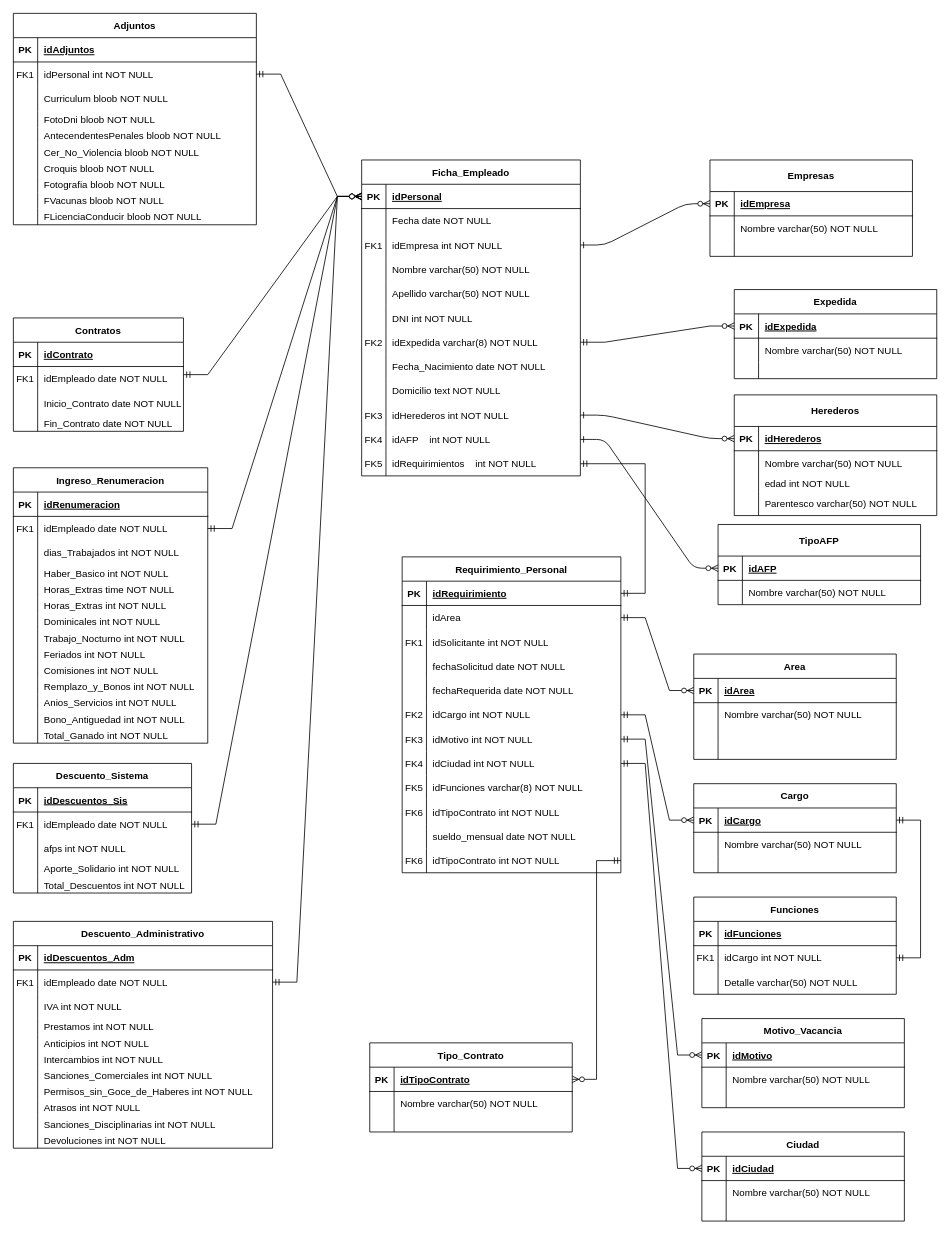
This is Diagrama sin título.drawio from tomyivan/diagramas-DB, a draw.io file, before an edit. Source tidied: cells renumbered, new cells numbered last; positions are measured from the earlier drawing's top-left corner, leaving out a move shared by most shapes. Both pictures are drawn from the tidied source at 81%, with x=0, y=0 at pixel (13, 13).
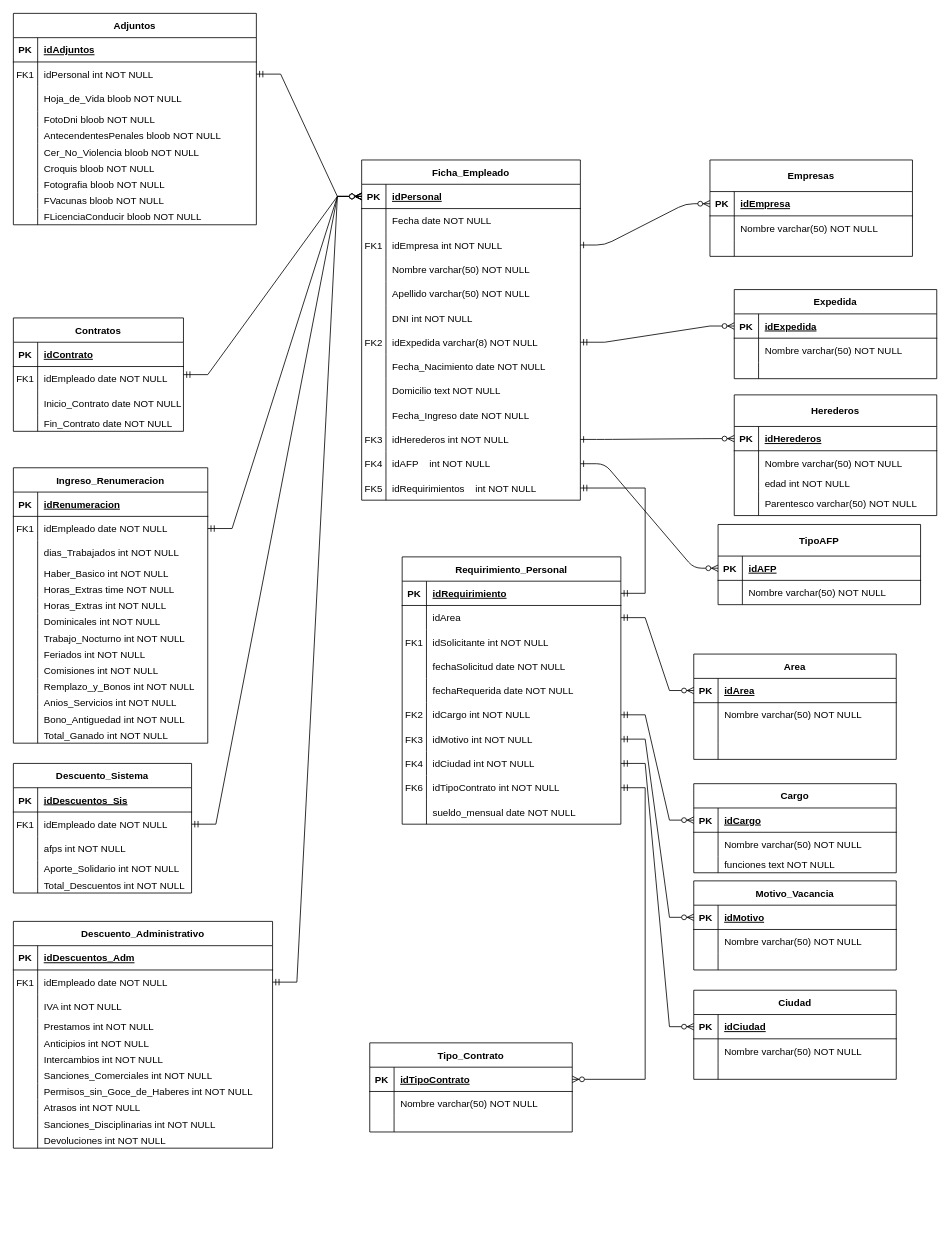
Above is the later version.

The change refers to these unchanged cells:
```xml
<mxCell id="84" style="shape=partialRectangle;fillColor=none;points=[[0,0.5],[1,0.5]];portConstraint=eastwest;top=0;left=0;right=0;bottom=1;" parent="83" vertex="1">
  <mxGeometry y="30" width="250" height="30" as="geometry" />
</mxCell>
<mxCell id="90" style="shape=partialRectangle;fillColor=none;top=0;left=0;right=0;bottom=0;" parent="83" vertex="1">
  <mxGeometry y="90" width="250" height="20" as="geometry" />
</mxCell>
<mxCell id="98" style="shape=partialRectangle;fillColor=none;points=[[0,0.5],[1,0.5]];portConstraint=eastwest;top=0;left=0;right=0;bottom=1;" parent="97" vertex="1">
  <mxGeometry y="30" width="250" height="30" as="geometry" />
</mxCell>
<mxCell id="307" style="shape=partialRectangle;fillColor=none;top=0;left=0;right=0;bottom=0;" parent="300" vertex="1">
  <mxGeometry y="90" width="300" height="31" as="geometry" />
</mxCell>
```

What changed in the source:
```diff
@@
     <mxCell id="12" value="Ficha_Empleado" style="shape=table;startSize=30;childLayout=tableLayout;rowLines=0;fontStyle=1;align=center;" parent="1" vertex="1">
-      <mxGeometry x="430" y="181" width="270" height="390" as="geometry" />
+      <mxGeometry x="430" y="181" width="270" height="420" as="geometry" />
     </mxCell>
@@
+    <mxCell id="332" style="shape=partialRectangle;fillColor=none;top=0;left=0;right=0;bottom=0;" parent="12" vertex="1">
+      <mxGeometry y="300" width="270" height="30" as="geometry" />
+    </mxCell>
+    <mxCell id="274" style="shape=partialRectangle;overflow=hidden;fillColor=none;top=0;left=0;bottom=0;right=0;" parent="332" vertex="1">
+      <mxGeometry width="30" height="30" as="geometry" />
+    </mxCell>
+    <mxCell id="333" value="Fecha_Ingreso date NOT NULL" style="shape=partialRectangle;overflow=hidden;fillColor=none;top=0;left=0;bottom=0;right=0;align=left;spacingLeft=6;" parent="332" vertex="1">
+      <mxGeometry x="30" width="240" height="30" as="geometry" />
+    </mxCell>
     <mxCell id="40" style="shape=partialRectangle;fillColor=none;points=[[0,0.5],[1,0.5]];portConstraint=eastwest;top=0;left=0;right=0;bottom=0;" parent="12" vertex="1">
-      <mxGeometry y="300" width="270" height="30" as="geometry" />
+      <mxGeometry y="330" width="270" height="30" as="geometry" />
     </mxCell>
@@
     <mxCell id="43" style="shape=partialRectangle;fillColor=none;points=[[0,0.5],[1,0.5]];portConstraint=eastwest;top=0;left=0;right=0;bottom=0;" parent="12" vertex="1">
-      <mxGeometry y="330" width="270" height="30" as="geometry" />
+      <mxGeometry y="360" width="270" height="30" as="geometry" />
     </mxCell>
@@
     <mxCell id="46" style="shape=partialRectangle;fillColor=none;points=[[0,0.5],[1,0.5]];portConstraint=eastwest;top=0;left=0;right=0;bottom=0;" parent="12" vertex="1">
-      <mxGeometry y="360" width="270" height="30" as="geometry" />
+      <mxGeometry y="390" width="270" height="30" as="geometry" />
     </mxCell>
@@
     <mxCell id="50" value="Ciudad" style="shape=table;startSize=30;childLayout=tableLayout;rowLines=0;fontStyle=1;align=center;" parent="1" vertex="1">
-      <mxGeometry x="850" y="1381" width="250" height="110" as="geometry" />
+      <mxGeometry x="840" y="1206" width="250" height="110" as="geometry" />
     </mxCell>
@@
-    <mxCell id="92" style="shape=partialRectangle;overflow=hidden;fillColor=none;top=0;left=0;bottom=0;right=0;align=left;spacingLeft=6;" parent="90" vertex="1">
+    <mxCell id="92" value="funciones text NOT NULL" style="shape=partialRectangle;overflow=hidden;fillColor=none;top=0;left=0;bottom=0;right=0;align=left;spacingLeft=6;" parent="90" vertex="1">
       <mxGeometry x="30" width="220" height="20" as="geometry" />
     </mxCell>
@@
-    <mxCell id="107" style="edgeStyle=entityRelationEdgeStyle;fontSize=12;html=1;endArrow=ERzeroToMany;startArrow=ERmandOne;rounded=0;exitX=1;exitY=0.5;exitDx=0;exitDy=0;" parent="1" edge="1" source="252" target="98">
+    <mxCell id="107" style="edgeStyle=entityRelationEdgeStyle;fontSize=12;html=1;endArrow=ERzeroToMany;startArrow=ERmandOne;rounded=0;" parent="1" edge="1" source="246" target="98">
       <mxGeometry x="-0.22" y="-29" relative="1" as="geometry" />
     </mxCell>
@@
     <mxCell id="218" value="Requirimiento_Personal" style="shape=table;startSize=30;childLayout=tableLayout;rowLines=0;fontStyle=1;align=center;" parent="1" vertex="1">
-      <mxGeometry x="480" y="671" width="270" height="390" as="geometry" />
+      <mxGeometry x="480" y="671" width="270" height="330" as="geometry" />
     </mxCell>
@@
-    <mxCell id="243" style="shape=partialRectangle;fillColor=none;top=0;left=0;right=0;bottom=0;" parent="218" vertex="1">
-      <mxGeometry y="270" width="270" height="30" as="geometry" />
-    </mxCell>
-    <mxCell id="244" value="FK5" style="shape=partialRectangle;overflow=hidden;fillColor=none;top=0;left=0;bottom=0;right=0;" parent="243" vertex="1">
-      <mxGeometry width="30" height="30" as="geometry" />
-    </mxCell>
-    <mxCell id="245" value="idFunciones varchar(8) NOT NULL" style="shape=partialRectangle;overflow=hidden;fillColor=none;top=0;left=0;bottom=0;right=0;align=left;spacingLeft=6;" parent="243" vertex="1">
-      <mxGeometry x="30" width="240" height="30" as="geometry" />
-    </mxCell>
     <mxCell id="246" style="shape=partialRectangle;fillColor=none;points=[[0,0.5],[1,0.5]];portConstraint=eastwest;top=0;left=0;right=0;bottom=0;" parent="218" vertex="1">
-      <mxGeometry y="300" width="270" height="30" as="geometry" />
+      <mxGeometry y="270" width="270" height="30" as="geometry" />
     </mxCell>
@@
     <mxCell id="249" style="shape=partialRectangle;fillColor=none;top=0;left=0;right=0;bottom=0;" parent="218" vertex="1">
-      <mxGeometry y="330" width="270" height="30" as="geometry" />
+      <mxGeometry y="300" width="270" height="30" as="geometry" />
     </mxCell>
@@
-    <mxCell id="252" style="shape=partialRectangle;fillColor=none;points=[[0,0.5],[1,0.5]];portConstraint=eastwest;top=0;left=0;right=0;bottom=0;" parent="218" vertex="1">
-      <mxGeometry y="360" width="270" height="30" as="geometry" />
-    </mxCell>
-    <mxCell id="253" value="FK6" style="shape=partialRectangle;overflow=hidden;fillColor=none;top=0;left=0;bottom=0;right=0;" parent="252" vertex="1">
-      <mxGeometry width="30" height="30" as="geometry" />
-    </mxCell>
-    <mxCell id="254" value="idTipoContrato int NOT NULL" style="shape=partialRectangle;overflow=hidden;fillColor=none;top=0;left=0;bottom=0;right=0;align=left;spacingLeft=6;" parent="252" vertex="1">
-      <mxGeometry x="30" width="240" height="30" as="geometry" />
-    </mxCell>
     <mxCell id="255" value="Motivo_Vacancia" style="shape=table;startSize=30;childLayout=tableLayout;rowLines=0;fontStyle=1;align=center;" parent="1" vertex="1">
-      <mxGeometry x="850" y="1241" width="250" height="110" as="geometry" />
+      <mxGeometry x="840" y="1071" width="250" height="110" as="geometry" />
     </mxCell>
@@
-    <mxCell id="266" value="Funciones" style="shape=table;startSize=30;childLayout=tableLayout;rowLines=0;fontStyle=1;align=center;" parent="1" vertex="1">
-      <mxGeometry x="840" y="1091" width="250" height="120" as="geometry" />
-    </mxCell>
-    <mxCell id="267" style="shape=partialRectangle;fillColor=none;top=0;left=0;right=0;bottom=1;" parent="266" vertex="1">
-      <mxGeometry y="30" width="250" height="30" as="geometry" />
-    </mxCell>
-    <mxCell id="268" value="PK" style="shape=partialRectangle;overflow=hidden;fillColor=none;top=0;left=0;bottom=0;right=0;fontStyle=1;" parent="267" vertex="1">
-      <mxGeometry width="30" height="30" as="geometry" />
-    </mxCell>
-    <mxCell id="269" value="idFunciones" style="shape=partialRectangle;overflow=hidden;fillColor=none;top=0;left=0;bottom=0;right=0;align=left;spacingLeft=6;fontStyle=5;" parent="267" vertex="1">
-      <mxGeometry x="30" width="220" height="30" as="geometry" />
-    </mxCell>
-    <mxCell id="270" style="shape=partialRectangle;fillColor=none;points=[[0,0.5],[1,0.5]];portConstraint=eastwest;top=0;left=0;right=0;bottom=0;" parent="266" vertex="1">
-      <mxGeometry y="60" width="250" height="30" as="geometry" />
-    </mxCell>
-    <mxCell id="271" value="FK1" style="shape=partialRectangle;overflow=hidden;fillColor=none;top=0;left=0;bottom=0;right=0;" parent="270" vertex="1">
-      <mxGeometry width="30" height="30" as="geometry" />
-    </mxCell>
-    <mxCell id="272" value="idCargo int NOT NULL" style="shape=partialRectangle;overflow=hidden;fillColor=none;top=0;left=0;bottom=0;right=0;align=left;spacingLeft=6;" parent="270" vertex="1">
-      <mxGeometry x="30" width="220" height="30" as="geometry" />
-    </mxCell>
-    <mxCell id="273" style="shape=partialRectangle;fillColor=none;top=0;left=0;right=0;bottom=0;" parent="266" vertex="1">
-      <mxGeometry y="90" width="250" height="30" as="geometry" />
-    </mxCell>
-    <mxCell id="274" style="shape=partialRectangle;overflow=hidden;fillColor=none;top=0;left=0;bottom=0;right=0;" parent="273" vertex="1">
-      <mxGeometry width="30" height="30" as="geometry" />
-    </mxCell>
-    <mxCell id="275" value="Detalle varchar(50) NOT NULL" style="shape=partialRectangle;overflow=hidden;fillColor=none;top=0;left=0;bottom=0;right=0;align=left;spacingLeft=6;" parent="273" vertex="1">
-      <mxGeometry x="30" width="220" height="30" as="geometry" />
-    </mxCell>
-    <mxCell id="276" style="edgeStyle=entityRelationEdgeStyle;fontSize=12;html=1;endArrow=ERmandOne;startArrow=ERmandOne;rounded=0;" parent="1" edge="1" source="270" target="84">
-      <mxGeometry relative="1" as="geometry" />
-    </mxCell>
@@
-    <mxCell id="309" value="Curriculum bloob NOT NULL" style="shape=partialRectangle;overflow=hidden;fillColor=none;top=0;left=0;bottom=0;right=0;align=left;spacingLeft=6;" parent="307" vertex="1">
+    <mxCell id="309" value="Hoja_de_Vida bloob NOT NULL" style="shape=partialRectangle;overflow=hidden;fillColor=none;top=0;left=0;bottom=0;right=0;align=left;spacingLeft=6;" parent="307" vertex="1">
       <mxGeometry x="30" width="270" height="31" as="geometry" />
     </mxCell>
```
